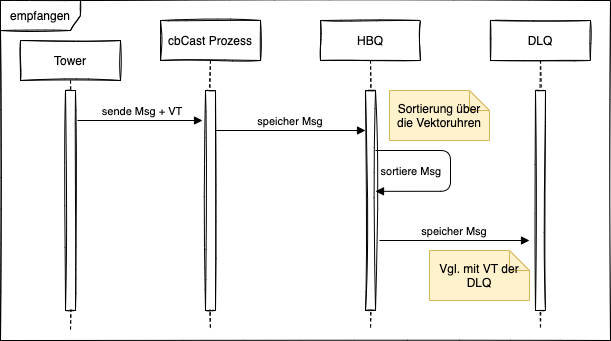
The draw.io diagram Diagramme/export/Theorie/Sequenz_empfangen.png in krisschaaf/BAI5_VS, before a commit. Source tidied: cells renumbered, new cells last; positions are measured from the earlier drawing's top-left corner, leaving out a move shared by most shapes.
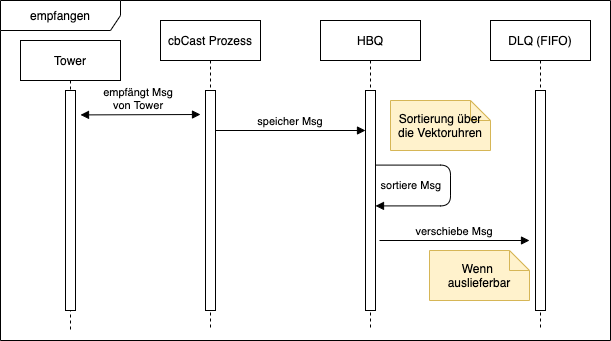
The same diagram one commit later.

Change to the diagram source:
```diff
@@ -2,69 +2,69 @@
   <root>
     <mxCell id="0" />
     <mxCell id="1" parent="0" />
-    <mxCell id="2" style="group;" parent="1" vertex="1">
-      <mxGeometry width="610" height="340" as="geometry" />
-    </mxCell>
+    <mxCell id="18" style="group;sketch=0;" parent="1" vertex="1">
+      <mxGeometry x="-20" width="610" height="340" as="geometry" />
+    </mxCell>
-    <mxCell id="3" value="empfangen" style="shape=umlFrame;whiteSpace=wrap;html=1;sketch=1;width=80;height=30;" parent="2" vertex="1">
+    <mxCell id="3" value="empfangen" style="shape=umlFrame;whiteSpace=wrap;html=1;sketch=0;width=120;height=30;" parent="18" vertex="1">
       <mxGeometry width="610" height="340" as="geometry" />
     </mxCell>
-    <mxCell id="4" value="Tower" style="shape=umlLifeline;perimeter=lifelinePerimeter;rounded=0;shadow=0;strokeWidth=1;sketch=1;" parent="2" vertex="1">
+    <mxCell id="4" value="Tower" style="shape=umlLifeline;perimeter=lifelinePerimeter;rounded=0;shadow=0;strokeWidth=1;sketch=0;" parent="18" vertex="1">
       <mxGeometry x="20" y="40" width="100" height="290" as="geometry" />
     </mxCell>
-    <mxCell id="5" style="perimeter=orthogonalPerimeter;rounded=0;shadow=0;strokeWidth=1;sketch=1;" parent="4" vertex="1">
-      <mxGeometry x="45" y="50" width="10" height="220" as="geometry" />
-    </mxCell>
+    <mxCell id="19" style="perimeter=orthogonalPerimeter;rounded=0;shadow=0;strokeWidth=1;sketch=0;" parent="4" vertex="1">
+      <mxGeometry x="45" y="50" width="10" height="220" as="geometry" />
+    </mxCell>
-    <mxCell id="6" value="HBQ" style="shape=umlLifeline;perimeter=lifelinePerimeter;rounded=0;shadow=0;strokeWidth=1;sketch=1;" parent="2" vertex="1">
+    <mxCell id="6" value="HBQ" style="shape=umlLifeline;perimeter=lifelinePerimeter;rounded=0;shadow=0;strokeWidth=1;sketch=0;" parent="18" vertex="1">
       <mxGeometry x="320" y="20" width="100" height="310" as="geometry" />
     </mxCell>
-    <mxCell id="7" style="perimeter=orthogonalPerimeter;rounded=0;shadow=0;strokeWidth=1;sketch=1;" parent="6" vertex="1">
-      <mxGeometry x="45" y="70" width="10" height="220" as="geometry" />
-    </mxCell>
-    <mxCell id="8" value="DLQ" style="shape=umlLifeline;perimeter=lifelinePerimeter;rounded=0;shadow=0;strokeWidth=1;sketch=1;" parent="2" vertex="1">
-      <mxGeometry x="490" y="20" width="100" height="310" as="geometry" />
-    </mxCell>
-    <mxCell id="9" style="perimeter=orthogonalPerimeter;rounded=0;shadow=0;strokeWidth=1;sketch=1;" parent="8" vertex="1">
-      <mxGeometry x="45" y="70" width="10" height="220" as="geometry" />
-    </mxCell>
+    <mxCell id="20" style="perimeter=orthogonalPerimeter;rounded=0;shadow=0;strokeWidth=1;sketch=0;" parent="6" vertex="1">
+      <mxGeometry x="45" y="70" width="10" height="220" as="geometry" />
+    </mxCell>
+    <mxCell id="21" value="DLQ (FIFO)" style="shape=umlLifeline;perimeter=lifelinePerimeter;rounded=0;shadow=0;strokeWidth=1;sketch=0;" parent="18" vertex="1">
+      <mxGeometry x="490" y="20" width="100" height="310" as="geometry" />
+    </mxCell>
+    <mxCell id="22" style="perimeter=orthogonalPerimeter;rounded=0;shadow=0;strokeWidth=1;sketch=0;" parent="21" vertex="1">
+      <mxGeometry x="45" y="70" width="10" height="220" as="geometry" />
+    </mxCell>
-    <mxCell id="10" value="cbCast Prozess" style="shape=umlLifeline;perimeter=lifelinePerimeter;rounded=0;shadow=0;strokeWidth=1;sketch=1;" parent="2" vertex="1">
+    <mxCell id="10" value="cbCast Prozess" style="shape=umlLifeline;perimeter=lifelinePerimeter;rounded=0;shadow=0;strokeWidth=1;sketch=0;" parent="18" vertex="1">
       <mxGeometry x="160" y="20" width="100" height="310" as="geometry" />
     </mxCell>
-    <mxCell id="11" style="perimeter=orthogonalPerimeter;rounded=0;shadow=0;strokeWidth=1;sketch=1;" parent="10" vertex="1">
-      <mxGeometry x="45" y="70" width="10" height="220" as="geometry" />
-    </mxCell>
-    <mxCell id="12" value="speicher Msg" style="verticalAlign=bottom;endArrow=block;shadow=0;strokeWidth=1;" parent="10" edge="1">
-      <mxGeometry relative="1" as="geometry">
-        <mxPoint x="55" y="110" as="sourcePoint" />
-        <mxPoint x="205" y="110" as="targetPoint" />
-      </mxGeometry>
-    </mxCell>
-    <mxCell id="13" value="sende Msg + VT" style="verticalAlign=bottom;endArrow=block;shadow=0;strokeWidth=1;" parent="10" edge="1">
-      <mxGeometry x="0.04" relative="1" as="geometry">
-        <mxPoint x="-83" y="100" as="sourcePoint" />
-        <mxPoint x="42" y="100" as="targetPoint" />
-      </mxGeometry>
-    </mxCell>
+    <mxCell id="23" style="perimeter=orthogonalPerimeter;rounded=0;shadow=0;strokeWidth=1;sketch=0;" parent="10" vertex="1">
+      <mxGeometry x="45" y="70" width="10" height="220" as="geometry" />
+    </mxCell>
+    <mxCell id="24" value="speicher Msg" style="verticalAlign=bottom;endArrow=block;shadow=0;strokeWidth=1;sketch=0;" parent="10" edge="1">
+      <mxGeometry relative="1" as="geometry">
+        <mxPoint x="55" y="110" as="sourcePoint" />
+        <mxPoint x="205" y="110" as="targetPoint" />
+      </mxGeometry>
+    </mxCell>
-    <mxCell id="14" value="sortiere Msg" style="verticalAlign=bottom;endArrow=block;shadow=0;strokeWidth=1;entryX=1;entryY=0.786;entryDx=0;entryDy=0;entryPerimeter=0;edgeStyle=orthogonalEdgeStyle;" parent="2" edge="1">
+    <mxCell id="14" value="sortiere Msg" style="verticalAlign=bottom;endArrow=block;shadow=0;strokeWidth=1;entryX=1;entryY=0.786;entryDx=0;entryDy=0;entryPerimeter=0;edgeStyle=orthogonalEdgeStyle;sketch=0;" parent="18" edge="1">
       <mxGeometry x="0.63" y="-11" relative="1" as="geometry">
-        <mxPoint x="375" y="150" as="sourcePoint" />
-        <mxPoint x="375" y="190.8" as="targetPoint" />
+        <mxPoint x="375" y="164.6" as="sourcePoint" />
+        <mxPoint x="375" y="205.4" as="targetPoint" />
         <Array as="points">
-          <mxPoint x="450" y="150" />
-          <mxPoint x="450" y="191" />
+          <mxPoint x="450" y="164.6" />
+          <mxPoint x="450" y="205.6" />
         </Array>
       </mxGeometry>
     </mxCell>
-    <mxCell id="15" value="Sortierung über die Vektoruhren" style="shape=note;size=20;whiteSpace=wrap;html=1;fillColor=#fff2cc;strokeColor=#d6b656;" parent="2" vertex="1">
-      <mxGeometry x="389" y="90" width="100" height="50" as="geometry" />
+    <mxCell id="15" value="Sortierung über die Vektoruhren" style="shape=note;size=20;whiteSpace=wrap;html=1;fillColor=#fff2cc;strokeColor=#d6b656;sketch=0;" parent="18" vertex="1">
+      <mxGeometry x="390" y="100" width="100" height="50" as="geometry" />
     </mxCell>
-    <mxCell id="16" value="speicher Msg" style="verticalAlign=bottom;endArrow=block;shadow=0;strokeWidth=1;" parent="2" edge="1">
-      <mxGeometry relative="1" as="geometry">
-        <mxPoint x="379" y="240" as="sourcePoint" />
-        <mxPoint x="529" y="240" as="targetPoint" />
-      </mxGeometry>
-    </mxCell>
-    <mxCell id="17" value="Vgl. mit VT der DLQ" style="shape=note;size=20;whiteSpace=wrap;html=1;fillColor=#fff2cc;strokeColor=#d6b656;" parent="2" vertex="1">
-      <mxGeometry x="429" y="250" width="100" height="50" as="geometry" />
-    </mxCell>
+    <mxCell id="25" value="verschiebe Msg" style="verticalAlign=bottom;endArrow=block;shadow=0;strokeWidth=1;sketch=0;" parent="18" edge="1">
+      <mxGeometry relative="1" as="geometry">
+        <mxPoint x="379" y="240" as="sourcePoint" />
+        <mxPoint x="529" y="240" as="targetPoint" />
+      </mxGeometry>
+    </mxCell>
+    <mxCell id="26" value="Wenn &lt;br&gt;auslieferbar" style="shape=note;size=20;whiteSpace=wrap;html=1;fillColor=#fff2cc;strokeColor=#d6b656;sketch=0;" parent="18" vertex="1">
+      <mxGeometry x="429" y="250" width="100" height="50" as="geometry" />
+    </mxCell>
+    <mxCell id="27" value="empfängt Msg &#10;von Tower" style="verticalAlign=bottom;endArrow=block;shadow=0;strokeWidth=1;sketch=0;startArrow=block;startFill=1;" parent="18" edge="1">
+      <mxGeometry x="0.04" relative="1" as="geometry">
+        <mxPoint x="200" y="114" as="sourcePoint" />
+        <mxPoint x="80" y="114.4" as="targetPoint" />
+      </mxGeometry>
+    </mxCell>
   </root>
 </mxGraphModel>
```
